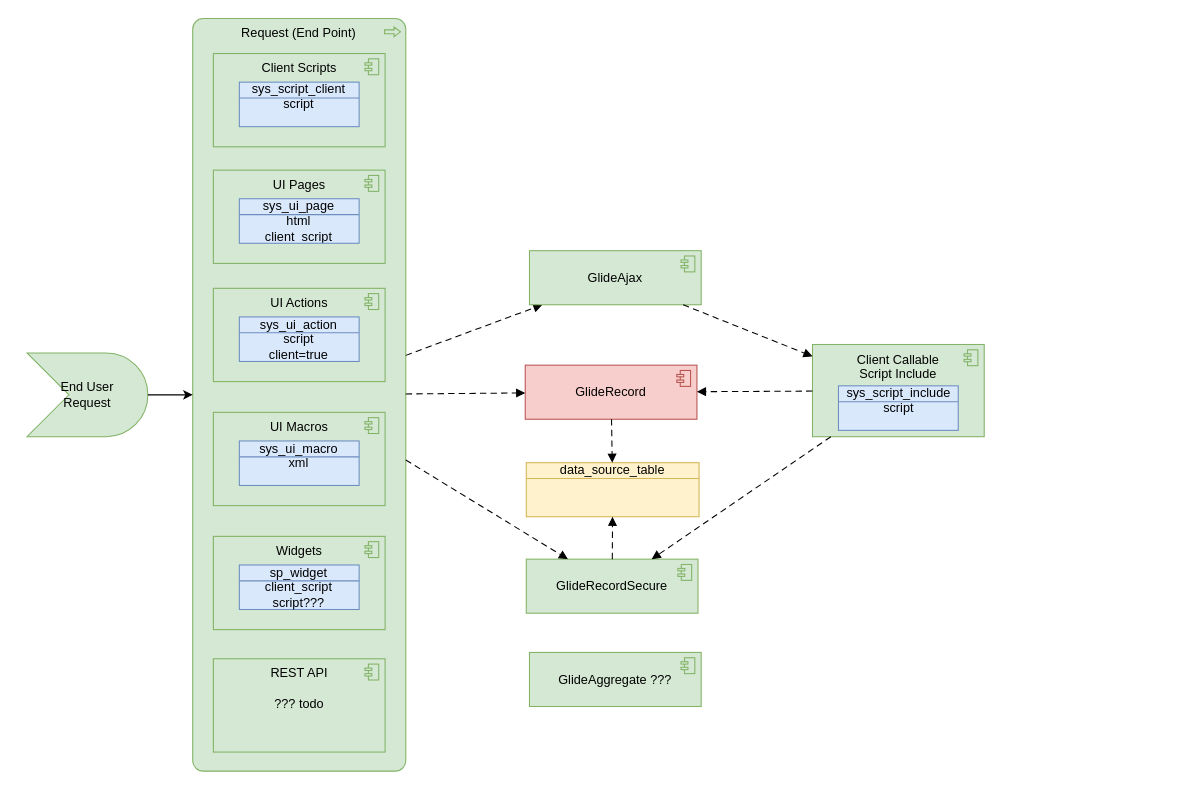
Before: page "GlideRecordSecure" (4 of 15) of DBs.drawio in algimas/tmp, a draw.io diagram. Source tidied: cells renumbered, new cells numbered last; positions are measured from the earlier drawing's top-left corner, leaving out a move shared by most shapes. Both pictures are drawn from the tidied source at 106%, with x=0, y=0 at pixel (26, 18).
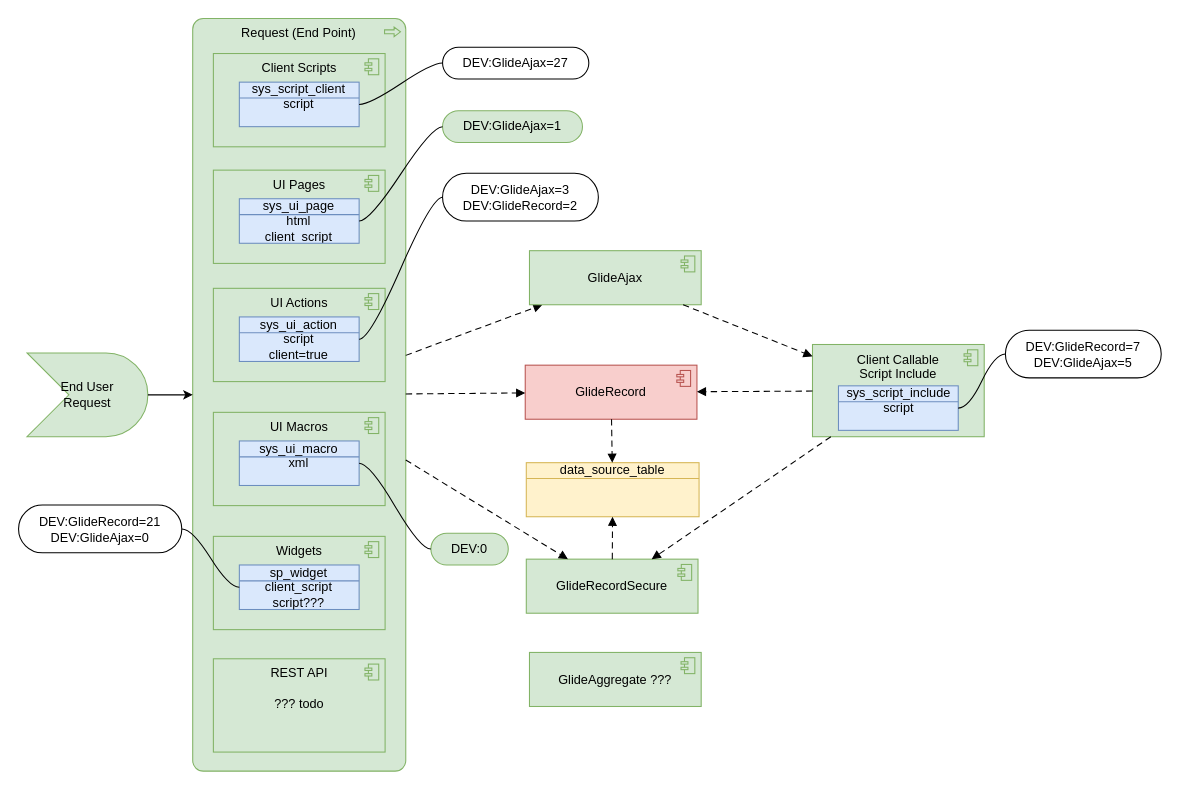
The same diagram, later.

The change refers to these unchanged cells:
```xml
<mxCell id="7" value="sys_script_client&lt;br&gt;script" style="html=1;outlineConnect=0;whiteSpace=wrap;fillColor=#dae8fc;shape=mxgraph.archimate3.businessObject;overflow=fill;strokeColor=#6c8ebf;" parent="1" vertex="1">
  <mxGeometry x="200.3" y="60" width="113" height="42" as="geometry" />
</mxCell>
<mxCell id="9" value="sys_ui_page&lt;br&gt;html&lt;br&gt;client_script" style="html=1;outlineConnect=0;whiteSpace=wrap;fillColor=#dae8fc;shape=mxgraph.archimate3.businessObject;overflow=fill;strokeColor=#6c8ebf;" parent="1" vertex="1">
  <mxGeometry x="200.3" y="170" width="113" height="42" as="geometry" />
</mxCell>
<mxCell id="11" value="sys_ui_action&lt;br&gt;script&lt;br&gt;client=true" style="html=1;outlineConnect=0;whiteSpace=wrap;fillColor=#dae8fc;shape=mxgraph.archimate3.businessObject;overflow=fill;strokeColor=#6c8ebf;" parent="1" vertex="1">
  <mxGeometry x="200.3" y="281.5" width="113" height="42" as="geometry" />
</mxCell>
<mxCell id="13" value="sys_ui_macro&lt;br&gt;xml" style="html=1;outlineConnect=0;whiteSpace=wrap;fillColor=#dae8fc;shape=mxgraph.archimate3.businessObject;overflow=fill;strokeColor=#6c8ebf;" parent="1" vertex="1">
  <mxGeometry x="200.3" y="398.5" width="113" height="42" as="geometry" />
</mxCell>
<mxCell id="15" value="sp_widget&lt;br&gt;client_script&lt;br&gt;script???" style="html=1;outlineConnect=0;whiteSpace=wrap;fillColor=#dae8fc;shape=mxgraph.archimate3.businessObject;overflow=fill;strokeColor=#6c8ebf;" parent="1" vertex="1">
  <mxGeometry x="200.3" y="515.5" width="113" height="42" as="geometry" />
</mxCell>
<mxCell id="30" value="sys_script_include&lt;br&gt;script" style="html=1;outlineConnect=0;whiteSpace=wrap;fillColor=#dae8fc;shape=mxgraph.archimate3.businessObject;overflow=fill;strokeColor=#6c8ebf;" parent="1" vertex="1">
  <mxGeometry x="765.5" y="346.5" width="113" height="42" as="geometry" />
</mxCell>
```

What changed in the source:
```diff
@@
+    <mxCell id="31" value="DEV:GlideAjax=27" style="whiteSpace=wrap;html=1;rounded=1;arcSize=50;align=center;verticalAlign=middle;strokeWidth=1;spacing=4;newEdgeStyle={&quot;edgeStyle&quot;:&quot;entityRelationEdgeStyle&quot;,&quot;startArrow&quot;:&quot;none&quot;,&quot;endArrow&quot;:&quot;none&quot;,&quot;segment&quot;:10,&quot;curved&quot;:1,&quot;sourcePerimeterSpacing&quot;:0,&quot;targetPerimeterSpacing&quot;:0};" parent="1" vertex="1">
+      <mxGeometry x="392" y="27" width="138" height="30" as="geometry" />
+    </mxCell>
+    <mxCell id="32" style="edgeStyle=entityRelationEdgeStyle;startArrow=none;endArrow=none;segment=10;curved=1;sourcePerimeterSpacing=0;targetPerimeterSpacing=0;rounded=0;" parent="1" edge="1" source="7" target="31">
+      <mxGeometry relative="1" as="geometry" />
+    </mxCell>
+    <mxCell id="33" value="DEV:GlideAjax=1" style="whiteSpace=wrap;html=1;rounded=1;arcSize=50;align=center;verticalAlign=middle;strokeWidth=1;spacing=4;newEdgeStyle={&quot;edgeStyle&quot;:&quot;entityRelationEdgeStyle&quot;,&quot;startArrow&quot;:&quot;none&quot;,&quot;endArrow&quot;:&quot;none&quot;,&quot;segment&quot;:10,&quot;curved&quot;:1,&quot;sourcePerimeterSpacing&quot;:0,&quot;targetPerimeterSpacing&quot;:0};fillColor=#d5e8d4;strokeColor=#82b366;" parent="1" vertex="1">
+      <mxGeometry x="392" y="87" width="132" height="30" as="geometry" />
+    </mxCell>
+    <mxCell id="34" style="edgeStyle=entityRelationEdgeStyle;startArrow=none;endArrow=none;segment=10;curved=1;sourcePerimeterSpacing=0;targetPerimeterSpacing=0;rounded=0;" parent="1" edge="1" source="9" target="33">
+      <mxGeometry relative="1" as="geometry" />
+    </mxCell>
+    <mxCell id="35" value="DEV:GlideAjax=3&lt;br&gt;DEV:GlideRecord=2" style="whiteSpace=wrap;html=1;rounded=1;arcSize=50;align=center;verticalAlign=middle;strokeWidth=1;spacing=4;newEdgeStyle={&quot;edgeStyle&quot;:&quot;entityRelationEdgeStyle&quot;,&quot;startArrow&quot;:&quot;none&quot;,&quot;endArrow&quot;:&quot;none&quot;,&quot;segment&quot;:10,&quot;curved&quot;:1,&quot;sourcePerimeterSpacing&quot;:0,&quot;targetPerimeterSpacing&quot;:0};" parent="1" vertex="1">
+      <mxGeometry x="392" y="146" width="147" height="45" as="geometry" />
+    </mxCell>
+    <mxCell id="36" style="edgeStyle=entityRelationEdgeStyle;startArrow=none;endArrow=none;segment=10;curved=1;sourcePerimeterSpacing=0;targetPerimeterSpacing=0;rounded=0;" parent="1" edge="1" source="11" target="35">
+      <mxGeometry relative="1" as="geometry" />
+    </mxCell>
+    <mxCell id="37" value="DEV:0" style="whiteSpace=wrap;html=1;rounded=1;arcSize=50;align=center;verticalAlign=middle;strokeWidth=1;spacing=4;newEdgeStyle={&quot;edgeStyle&quot;:&quot;entityRelationEdgeStyle&quot;,&quot;startArrow&quot;:&quot;none&quot;,&quot;endArrow&quot;:&quot;none&quot;,&quot;segment&quot;:10,&quot;curved&quot;:1,&quot;sourcePerimeterSpacing&quot;:0,&quot;targetPerimeterSpacing&quot;:0};fillColor=#d5e8d4;strokeColor=#82b366;" parent="1" vertex="1">
+      <mxGeometry x="381" y="485.5" width="73" height="30" as="geometry" />
+    </mxCell>
+    <mxCell id="38" style="edgeStyle=entityRelationEdgeStyle;startArrow=none;endArrow=none;segment=10;curved=1;sourcePerimeterSpacing=0;targetPerimeterSpacing=0;rounded=0;" parent="1" edge="1" source="13" target="37">
+      <mxGeometry relative="1" as="geometry" />
+    </mxCell>
+    <mxCell id="39" value="DEV:GlideRecord=21&lt;br&gt;DEV:GlideAjax=0" style="whiteSpace=wrap;html=1;rounded=1;arcSize=50;align=center;verticalAlign=middle;strokeWidth=1;spacing=4;newEdgeStyle={&quot;edgeStyle&quot;:&quot;entityRelationEdgeStyle&quot;,&quot;startArrow&quot;:&quot;none&quot;,&quot;endArrow&quot;:&quot;none&quot;,&quot;segment&quot;:10,&quot;curved&quot;:1,&quot;sourcePerimeterSpacing&quot;:0,&quot;targetPerimeterSpacing&quot;:0};" parent="1" vertex="1">
+      <mxGeometry x="-8" y="459" width="154" height="45" as="geometry" />
+    </mxCell>
+    <mxCell id="40" style="edgeStyle=entityRelationEdgeStyle;startArrow=none;endArrow=none;segment=10;curved=1;sourcePerimeterSpacing=0;targetPerimeterSpacing=0;rounded=0;" parent="1" edge="1" source="15" target="39">
+      <mxGeometry relative="1" as="geometry" />
+    </mxCell>
+    <mxCell id="41" value="DEV:GlideRecord=7&lt;br&gt;DEV:GlideAjax=5" style="whiteSpace=wrap;html=1;rounded=1;arcSize=50;align=center;verticalAlign=middle;strokeWidth=1;spacing=4;newEdgeStyle={&quot;edgeStyle&quot;:&quot;entityRelationEdgeStyle&quot;,&quot;startArrow&quot;:&quot;none&quot;,&quot;endArrow&quot;:&quot;none&quot;,&quot;segment&quot;:10,&quot;curved&quot;:1,&quot;sourcePerimeterSpacing&quot;:0,&quot;targetPerimeterSpacing&quot;:0};" parent="1" vertex="1">
+      <mxGeometry x="923" y="294" width="147" height="45" as="geometry" />
+    </mxCell>
+    <mxCell id="42" style="edgeStyle=entityRelationEdgeStyle;startArrow=none;endArrow=none;segment=10;curved=1;sourcePerimeterSpacing=0;targetPerimeterSpacing=0;rounded=0;" parent="1" edge="1" source="30" target="41">
+      <mxGeometry relative="1" as="geometry" />
+    </mxCell>
```
